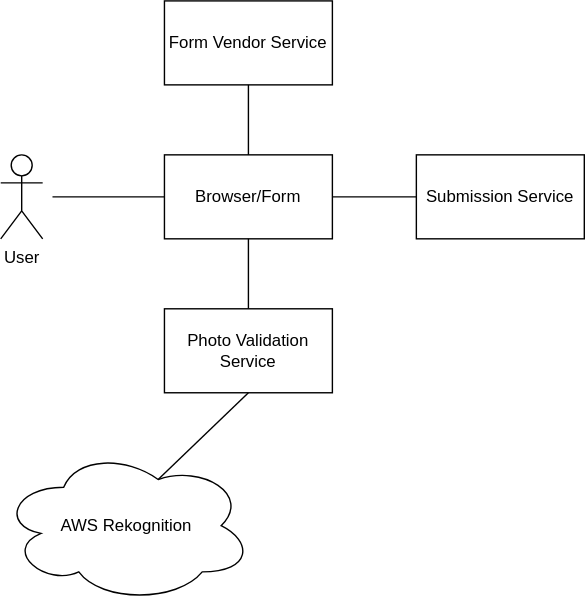
Before: images/overview-diagram.svg, a diagram exported from draw.io (DMGEventsForms/spec). Source tidied: cells renumbered, new cells last; positions are measured from the earlier drawing's top-left corner, leaving out a move shared by most shapes.
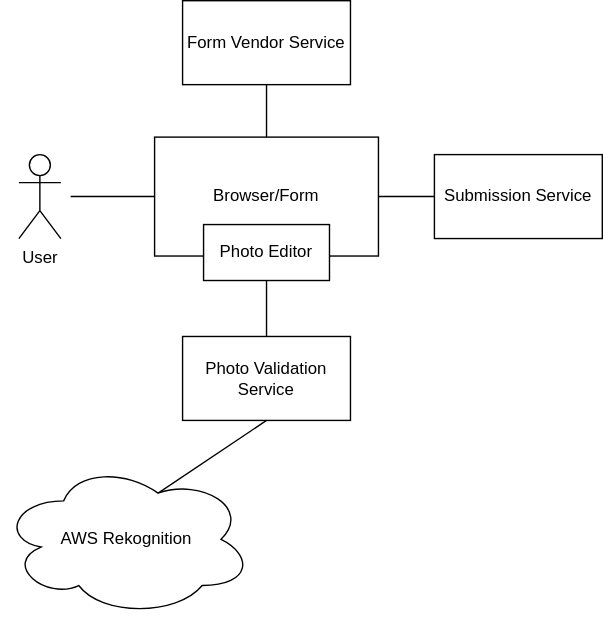
The same file after the commit.

Commit message:
Add Photo Editor block

Diff of the diagram source:
```diff
@@ -3,22 +3,22 @@
     <mxCell id="0" />
     <mxCell id="1" parent="0" />
     <mxCell id="2" value="Browser/Form" style="rounded=0;whiteSpace=wrap;html=1;" parent="1" vertex="1">
-      <mxGeometry x="117" y="110" width="120" height="60" as="geometry" />
+      <mxGeometry x="97" y="97.5" width="160" height="85" as="geometry" />
     </mxCell>
     <mxCell id="3" value="Submission Service" style="rounded=0;whiteSpace=wrap;html=1;" parent="1" vertex="1">
       <mxGeometry x="297" y="110" width="120" height="60" as="geometry" />
     </mxCell>
-    <mxCell id="4" style="endArrow=none;html=1;rounded=0;entryX=0.5;entryY=1;entryDx=0;entryDy=0;exitX=0.5;exitY=0;exitDx=0;exitDy=0;" parent="1" edge="1" source="5" target="2">
+    <mxCell id="4" style="endArrow=none;html=1;rounded=0;entryX=0.5;entryY=1;entryDx=0;entryDy=0;exitX=0.5;exitY=0;exitDx=0;exitDy=0;" parent="1" edge="1" source="5" target="13">
       <mxGeometry relative="1" as="geometry" />
     </mxCell>
     <mxCell id="5" value="Photo Validation Service" style="rounded=0;whiteSpace=wrap;html=1;" parent="1" vertex="1">
-      <mxGeometry x="117" y="220" width="120" height="60" as="geometry" />
+      <mxGeometry x="117" y="240" width="120" height="60" as="geometry" />
     </mxCell>
     <mxCell id="6" style="endArrow=none;html=1;rounded=0;exitX=0.625;exitY=0.2;exitDx=0;exitDy=0;entryX=0.5;entryY=1;entryDx=0;entryDy=0;exitPerimeter=0;" parent="1" edge="1" source="7" target="5">
       <mxGeometry relative="1" as="geometry" />
     </mxCell>
     <mxCell id="7" value="AWS Rekognition" style="ellipse;shape=cloud;whiteSpace=wrap;html=1;" parent="1" vertex="1">
-      <mxGeometry y="320" width="180" height="110" as="geometry" />
+      <mxGeometry x="-13" y="330" width="180" height="110" as="geometry" />
     </mxCell>
     <mxCell id="8" value="Form Vendor Service" style="rounded=0;whiteSpace=wrap;html=1;" parent="1" vertex="1">
       <mxGeometry x="117" width="120" height="60" as="geometry" />
@@ -37,5 +37,8 @@
         <mxPoint x="37" y="140" as="sourcePoint" />
       </mxGeometry>
     </mxCell>
+    <mxCell id="13" value="Photo Editor" style="rounded=0;whiteSpace=wrap;html=1;" parent="1" vertex="1">
+      <mxGeometry x="132" y="160" width="90" height="40" as="geometry" />
+    </mxCell>
   </root>
 </mxGraphModel>
```
